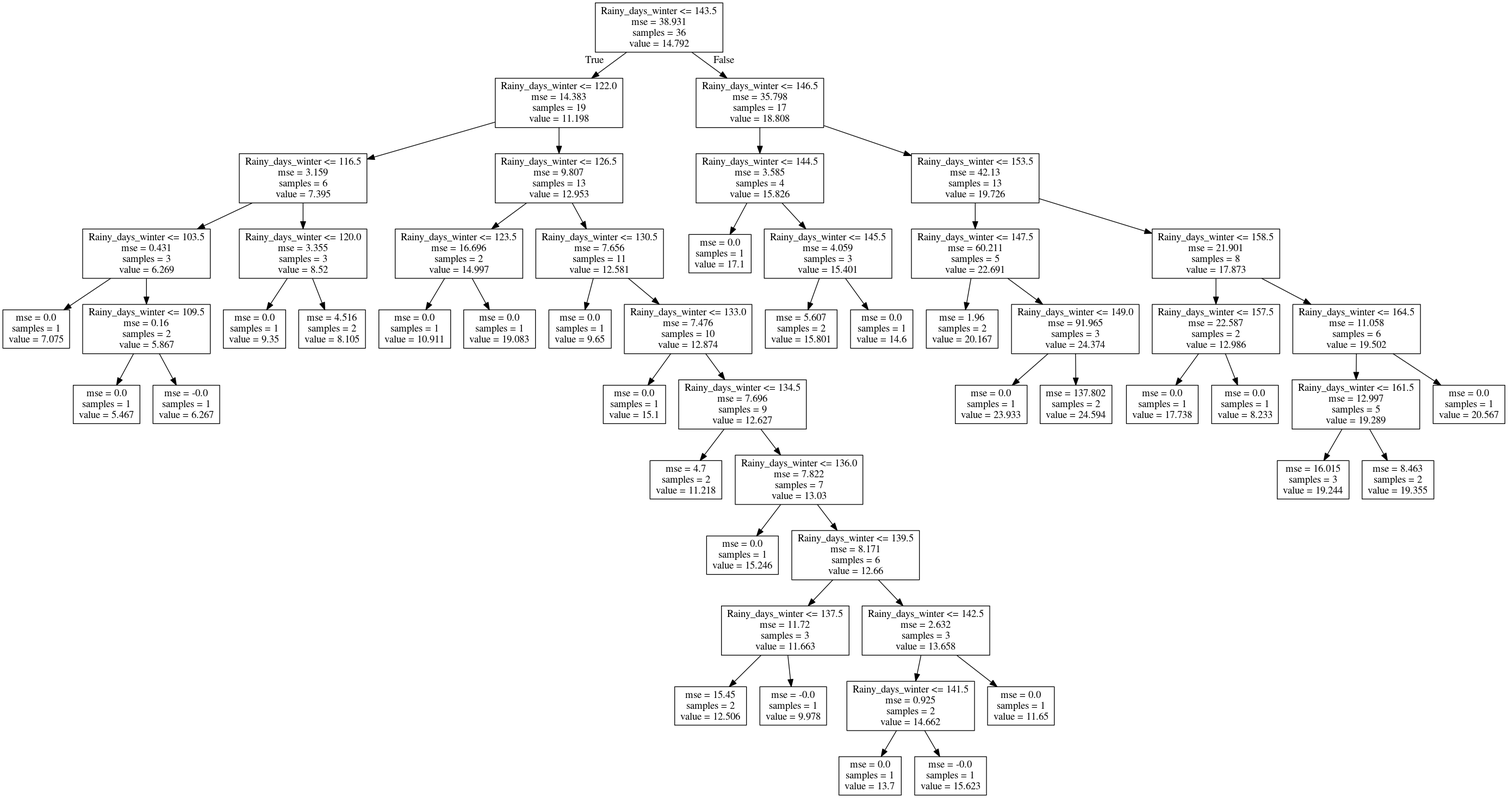
Above: Norway_Morsa/Model_Development/Figures/Discretization_regTrees/summ_chla-Rainy_days_winter.png in icra/WATExR (Graphviz), before the change. Its source is kept beside it as Norway_Morsa/Model_Development/Figures/Discretization_regTrees/summ_chla-Rainy_days_winter.dot. Source of this version:
```dot
digraph Tree {
node [shape=box] ;
0 [label="Rainy_days_winter <= 143.5\nmse = 38.931\nsamples = 36\nvalue = 14.792"] ;
1 [label="Rainy_days_winter <= 122.0\nmse = 14.383\nsamples = 19\nvalue = 11.198"] ;
0 -> 1 [labeldistance=2.5, labelangle=45, headlabel="True"] ;
2 [label="Rainy_days_winter <= 116.5\nmse = 3.159\nsamples = 6\nvalue = 7.395"] ;
1 -> 2 ;
3 [label="Rainy_days_winter <= 103.5\nmse = 0.431\nsamples = 3\nvalue = 6.269"] ;
2 -> 3 ;
4 [label="mse = 0.0\nsamples = 1\nvalue = 7.075"] ;
3 -> 4 ;
5 [label="Rainy_days_winter <= 109.5\nmse = 0.16\nsamples = 2\nvalue = 5.867"] ;
3 -> 5 ;
6 [label="mse = 0.0\nsamples = 1\nvalue = 5.467"] ;
5 -> 6 ;
7 [label="mse = -0.0\nsamples = 1\nvalue = 6.267"] ;
5 -> 7 ;
8 [label="Rainy_days_winter <= 120.0\nmse = 3.355\nsamples = 3\nvalue = 8.52"] ;
2 -> 8 ;
9 [label="mse = 0.0\nsamples = 1\nvalue = 9.35"] ;
8 -> 9 ;
10 [label="mse = 4.516\nsamples = 2\nvalue = 8.105"] ;
8 -> 10 ;
11 [label="Rainy_days_winter <= 126.5\nmse = 9.807\nsamples = 13\nvalue = 12.953"] ;
1 -> 11 ;
12 [label="Rainy_days_winter <= 123.5\nmse = 16.696\nsamples = 2\nvalue = 14.997"] ;
11 -> 12 ;
13 [label="mse = 0.0\nsamples = 1\nvalue = 10.911"] ;
12 -> 13 ;
14 [label="mse = 0.0\nsamples = 1\nvalue = 19.083"] ;
12 -> 14 ;
15 [label="Rainy_days_winter <= 130.5\nmse = 7.656\nsamples = 11\nvalue = 12.581"] ;
11 -> 15 ;
16 [label="mse = 0.0\nsamples = 1\nvalue = 9.65"] ;
15 -> 16 ;
17 [label="Rainy_days_winter <= 133.0\nmse = 7.476\nsamples = 10\nvalue = 12.874"] ;
15 -> 17 ;
18 [label="mse = 0.0\nsamples = 1\nvalue = 15.1"] ;
17 -> 18 ;
19 [label="Rainy_days_winter <= 134.5\nmse = 7.696\nsamples = 9\nvalue = 12.627"] ;
17 -> 19 ;
20 [label="mse = 4.7\nsamples = 2\nvalue = 11.218"] ;
19 -> 20 ;
21 [label="Rainy_days_winter <= 136.0\nmse = 7.822\nsamples = 7\nvalue = 13.03"] ;
19 -> 21 ;
22 [label="mse = 0.0\nsamples = 1\nvalue = 15.246"] ;
21 -> 22 ;
23 [label="Rainy_days_winter <= 139.5\nmse = 8.171\nsamples = 6\nvalue = 12.66"] ;
21 -> 23 ;
24 [label="Rainy_days_winter <= 137.5\nmse = 11.72\nsamples = 3\nvalue = 11.663"] ;
23 -> 24 ;
25 [label="mse = 15.45\nsamples = 2\nvalue = 12.506"] ;
24 -> 25 ;
26 [label="mse = -0.0\nsamples = 1\nvalue = 9.978"] ;
24 -> 26 ;
27 [label="Rainy_days_winter <= 142.5\nmse = 2.632\nsamples = 3\nvalue = 13.658"] ;
23 -> 27 ;
28 [label="Rainy_days_winter <= 141.5\nmse = 0.925\nsamples = 2\nvalue = 14.662"] ;
27 -> 28 ;
29 [label="mse = 0.0\nsamples = 1\nvalue = 13.7"] ;
28 -> 29 ;
30 [label="mse = -0.0\nsamples = 1\nvalue = 15.623"] ;
28 -> 30 ;
31 [label="mse = 0.0\nsamples = 1\nvalue = 11.65"] ;
27 -> 31 ;
32 [label="Rainy_days_winter <= 146.5\nmse = 35.798\nsamples = 17\nvalue = 18.808"] ;
0 -> 32 [labeldistance=2.5, labelangle=-45, headlabel="False"] ;
33 [label="Rainy_days_winter <= 144.5\nmse = 3.585\nsamples = 4\nvalue = 15.826"] ;
32 -> 33 ;
34 [label="mse = 0.0\nsamples = 1\nvalue = 17.1"] ;
33 -> 34 ;
35 [label="Rainy_days_winter <= 145.5\nmse = 4.059\nsamples = 3\nvalue = 15.401"] ;
33 -> 35 ;
36 [label="mse = 5.607\nsamples = 2\nvalue = 15.801"] ;
35 -> 36 ;
37 [label="mse = 0.0\nsamples = 1\nvalue = 14.6"] ;
35 -> 37 ;
38 [label="Rainy_days_winter <= 153.5\nmse = 42.13\nsamples = 13\nvalue = 19.726"] ;
32 -> 38 ;
39 [label="Rainy_days_winter <= 147.5\nmse = 60.211\nsamples = 5\nvalue = 22.691"] ;
38 -> 39 ;
40 [label="mse = 1.96\nsamples = 2\nvalue = 20.167"] ;
39 -> 40 ;
41 [label="Rainy_days_winter <= 149.0\nmse = 91.965\nsamples = 3\nvalue = 24.374"] ;
39 -> 41 ;
42 [label="mse = 0.0\nsamples = 1\nvalue = 23.933"] ;
41 -> 42 ;
43 [label="mse = 137.802\nsamples = 2\nvalue = 24.594"] ;
41 -> 43 ;
44 [label="Rainy_days_winter <= 158.5\nmse = 21.901\nsamples = 8\nvalue = 17.873"] ;
38 -> 44 ;
45 [label="Rainy_days_winter <= 157.5\nmse = 22.587\nsamples = 2\nvalue = 12.986"] ;
44 -> 45 ;
46 [label="mse = 0.0\nsamples = 1\nvalue = 17.738"] ;
45 -> 46 ;
47 [label="mse = 0.0\nsamples = 1\nvalue = 8.233"] ;
45 -> 47 ;
48 [label="Rainy_days_winter <= 164.5\nmse = 11.058\nsamples = 6\nvalue = 19.502"] ;
44 -> 48 ;
49 [label="Rainy_days_winter <= 161.5\nmse = 12.997\nsamples = 5\nvalue = 19.289"] ;
48 -> 49 ;
50 [label="mse = 16.015\nsamples = 3\nvalue = 19.244"] ;
49 -> 50 ;
51 [label="mse = 8.463\nsamples = 2\nvalue = 19.355"] ;
49 -> 51 ;
52 [label="mse = 0.0\nsamples = 1\nvalue = 20.567"] ;
48 -> 52 ;
}
```
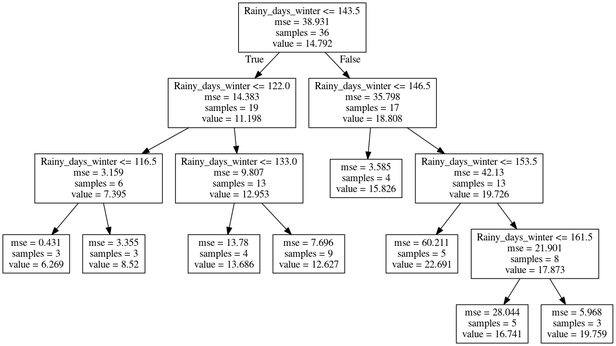
The same diagram one commit later.

What changed in the source:
```diff
@@ -3,106 +3,30 @@
 0 [label="Rainy_days_winter <= 143.5\nmse = 38.931\nsamples = 36\nvalue = 14.792"] ;
 1 [label="Rainy_days_winter <= 122.0\nmse = 14.383\nsamples = 19\nvalue = 11.198"] ;
 0 -> 1 [labeldistance=2.5, labelangle=45, headlabel="True"] ;
-2 [label="Rainy_days_winter <= 116.5\nmse = 3.159\nsamples = 6\nvalue = 7.395"] ;
-1 -> 2 ;
-3 [label="Rainy_days_winter <= 103.5\nmse = 0.431\nsamples = 3\nvalue = 6.269"] ;
-2 -> 3 ;
-4 [label="mse = 0.0\nsamples = 1\nvalue = 7.075"] ;
-3 -> 4 ;
-5 [label="Rainy_days_winter <= 109.5\nmse = 0.16\nsamples = 2\nvalue = 5.867"] ;
-3 -> 5 ;
-6 [label="mse = 0.0\nsamples = 1\nvalue = 5.467"] ;
-5 -> 6 ;
-7 [label="mse = -0.0\nsamples = 1\nvalue = 6.267"] ;
-5 -> 7 ;
-8 [label="Rainy_days_winter <= 120.0\nmse = 3.355\nsamples = 3\nvalue = 8.52"] ;
-2 -> 8 ;
-9 [label="mse = 0.0\nsamples = 1\nvalue = 9.35"] ;
+3 [label="Rainy_days_winter <= 116.5\nmse = 3.159\nsamples = 6\nvalue = 7.395"] ;
+1 -> 3 ;
+11 [label="mse = 0.431\nsamples = 3\nvalue = 6.269"] ;
+3 -> 11 ;
+12 [label="mse = 3.355\nsamples = 3\nvalue = 8.52"] ;
+3 -> 12 ;
+4 [label="Rainy_days_winter <= 133.0\nmse = 9.807\nsamples = 13\nvalue = 12.953"] ;
+1 -> 4 ;
+13 [label="mse = 13.78\nsamples = 4\nvalue = 13.686"] ;
+4 -> 13 ;
+14 [label="mse = 7.696\nsamples = 9\nvalue = 12.627"] ;
+4 -> 14 ;
+2 [label="Rainy_days_winter <= 146.5\nmse = 35.798\nsamples = 17\nvalue = 18.808"] ;
+0 -> 2 [labeldistance=2.5, labelangle=-45, headlabel="False"] ;
+5 [label="mse = 3.585\nsamples = 4\nvalue = 15.826"] ;
+2 -> 5 ;
+6 [label="Rainy_days_winter <= 153.5\nmse = 42.13\nsamples = 13\nvalue = 19.726"] ;
+2 -> 6 ;
+7 [label="mse = 60.211\nsamples = 5\nvalue = 22.691"] ;
+6 -> 7 ;
+8 [label="Rainy_days_winter <= 161.5\nmse = 21.901\nsamples = 8\nvalue = 17.873"] ;
+6 -> 8 ;
+9 [label="mse = 28.044\nsamples = 5\nvalue = 16.741"] ;
 8 -> 9 ;
-10 [label="mse = 4.516\nsamples = 2\nvalue = 8.105"] ;
+10 [label="mse = 5.968\nsamples = 3\nvalue = 19.759"] ;
 8 -> 10 ;
-11 [label="Rainy_days_winter <= 126.5\nmse = 9.807\nsamples = 13\nvalue = 12.953"] ;
-1 -> 11 ;
-12 [label="Rainy_days_winter <= 123.5\nmse = 16.696\nsamples = 2\nvalue = 14.997"] ;
-11 -> 12 ;
-13 [label="mse = 0.0\nsamples = 1\nvalue = 10.911"] ;
-12 -> 13 ;
-14 [label="mse = 0.0\nsamples = 1\nvalue = 19.083"] ;
-12 -> 14 ;
-15 [label="Rainy_days_winter <= 130.5\nmse = 7.656\nsamples = 11\nvalue = 12.581"] ;
-11 -> 15 ;
-16 [label="mse = 0.0\nsamples = 1\nvalue = 9.65"] ;
-15 -> 16 ;
-17 [label="Rainy_days_winter <= 133.0\nmse = 7.476\nsamples = 10\nvalue = 12.874"] ;
-15 -> 17 ;
-18 [label="mse = 0.0\nsamples = 1\nvalue = 15.1"] ;
-17 -> 18 ;
-19 [label="Rainy_days_winter <= 134.5\nmse = 7.696\nsamples = 9\nvalue = 12.627"] ;
-17 -> 19 ;
-20 [label="mse = 4.7\nsamples = 2\nvalue = 11.218"] ;
-19 -> 20 ;
-21 [label="Rainy_days_winter <= 136.0\nmse = 7.822\nsamples = 7\nvalue = 13.03"] ;
-19 -> 21 ;
-22 [label="mse = 0.0\nsamples = 1\nvalue = 15.246"] ;
-21 -> 22 ;
-23 [label="Rainy_days_winter <= 139.5\nmse = 8.171\nsamples = 6\nvalue = 12.66"] ;
-21 -> 23 ;
-24 [label="Rainy_days_winter <= 137.5\nmse = 11.72\nsamples = 3\nvalue = 11.663"] ;
-23 -> 24 ;
-25 [label="mse = 15.45\nsamples = 2\nvalue = 12.506"] ;
-24 -> 25 ;
-26 [label="mse = -0.0\nsamples = 1\nvalue = 9.978"] ;
-24 -> 26 ;
-27 [label="Rainy_days_winter <= 142.5\nmse = 2.632\nsamples = 3\nvalue = 13.658"] ;
-23 -> 27 ;
-28 [label="Rainy_days_winter <= 141.5\nmse = 0.925\nsamples = 2\nvalue = 14.662"] ;
-27 -> 28 ;
-29 [label="mse = 0.0\nsamples = 1\nvalue = 13.7"] ;
-28 -> 29 ;
-30 [label="mse = -0.0\nsamples = 1\nvalue = 15.623"] ;
-28 -> 30 ;
-31 [label="mse = 0.0\nsamples = 1\nvalue = 11.65"] ;
-27 -> 31 ;
-32 [label="Rainy_days_winter <= 146.5\nmse = 35.798\nsamples = 17\nvalue = 18.808"] ;
-0 -> 32 [labeldistance=2.5, labelangle=-45, headlabel="False"] ;
-33 [label="Rainy_days_winter <= 144.5\nmse = 3.585\nsamples = 4\nvalue = 15.826"] ;
-32 -> 33 ;
-34 [label="mse = 0.0\nsamples = 1\nvalue = 17.1"] ;
-33 -> 34 ;
-35 [label="Rainy_days_winter <= 145.5\nmse = 4.059\nsamples = 3\nvalue = 15.401"] ;
-33 -> 35 ;
-36 [label="mse = 5.607\nsamples = 2\nvalue = 15.801"] ;
-35 -> 36 ;
-37 [label="mse = 0.0\nsamples = 1\nvalue = 14.6"] ;
-35 -> 37 ;
-38 [label="Rainy_days_winter <= 153.5\nmse = 42.13\nsamples = 13\nvalue = 19.726"] ;
-32 -> 38 ;
-39 [label="Rainy_days_winter <= 147.5\nmse = 60.211\nsamples = 5\nvalue = 22.691"] ;
-38 -> 39 ;
-40 [label="mse = 1.96\nsamples = 2\nvalue = 20.167"] ;
-39 -> 40 ;
-41 [label="Rainy_days_winter <= 149.0\nmse = 91.965\nsamples = 3\nvalue = 24.374"] ;
-39 -> 41 ;
-42 [label="mse = 0.0\nsamples = 1\nvalue = 23.933"] ;
-41 -> 42 ;
-43 [label="mse = 137.802\nsamples = 2\nvalue = 24.594"] ;
-41 -> 43 ;
-44 [label="Rainy_days_winter <= 158.5\nmse = 21.901\nsamples = 8\nvalue = 17.873"] ;
-38 -> 44 ;
-45 [label="Rainy_days_winter <= 157.5\nmse = 22.587\nsamples = 2\nvalue = 12.986"] ;
-44 -> 45 ;
-46 [label="mse = 0.0\nsamples = 1\nvalue = 17.738"] ;
-45 -> 46 ;
-47 [label="mse = 0.0\nsamples = 1\nvalue = 8.233"] ;
-45 -> 47 ;
-48 [label="Rainy_days_winter <= 164.5\nmse = 11.058\nsamples = 6\nvalue = 19.502"] ;
-44 -> 48 ;
-49 [label="Rainy_days_winter <= 161.5\nmse = 12.997\nsamples = 5\nvalue = 19.289"] ;
-48 -> 49 ;
-50 [label="mse = 16.015\nsamples = 3\nvalue = 19.244"] ;
-49 -> 50 ;
-51 [label="mse = 8.463\nsamples = 2\nvalue = 19.355"] ;
-49 -> 51 ;
-52 [label="mse = 0.0\nsamples = 1\nvalue = 20.567"] ;
-48 -> 52 ;
 }
```
